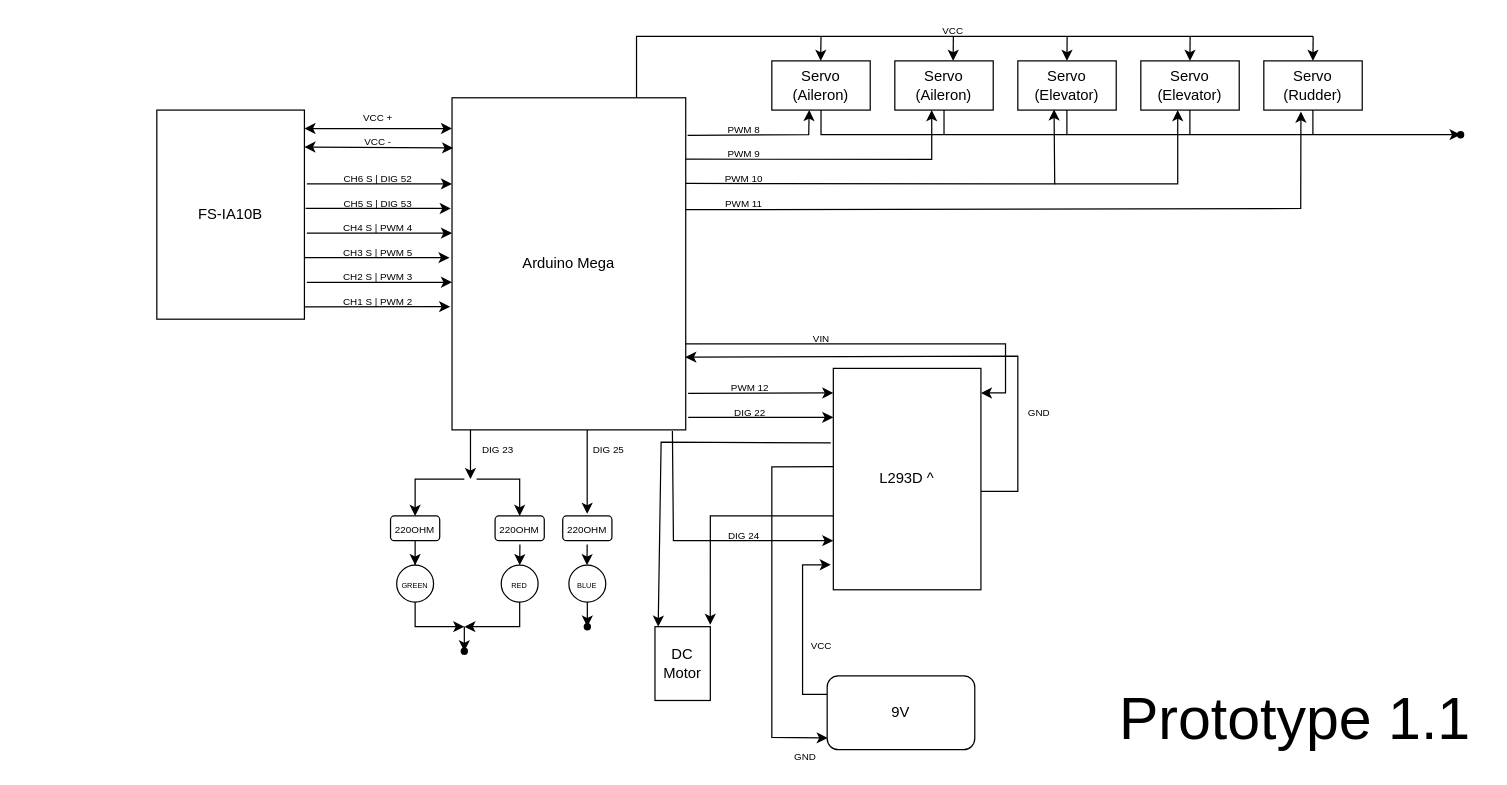
dev-jtemel/rc_plane keeps this draw.io diagram as resources/schematic.drawio. Above is the earlier version. Source tidied: cells renumbered, new cells numbered last; positions are measured from the earlier drawing's top-left corner, leaving out a move shared by most shapes. Both pictures are drawn from the tidied source at 123%, with x=0, y=0 at pixel (156, 23).
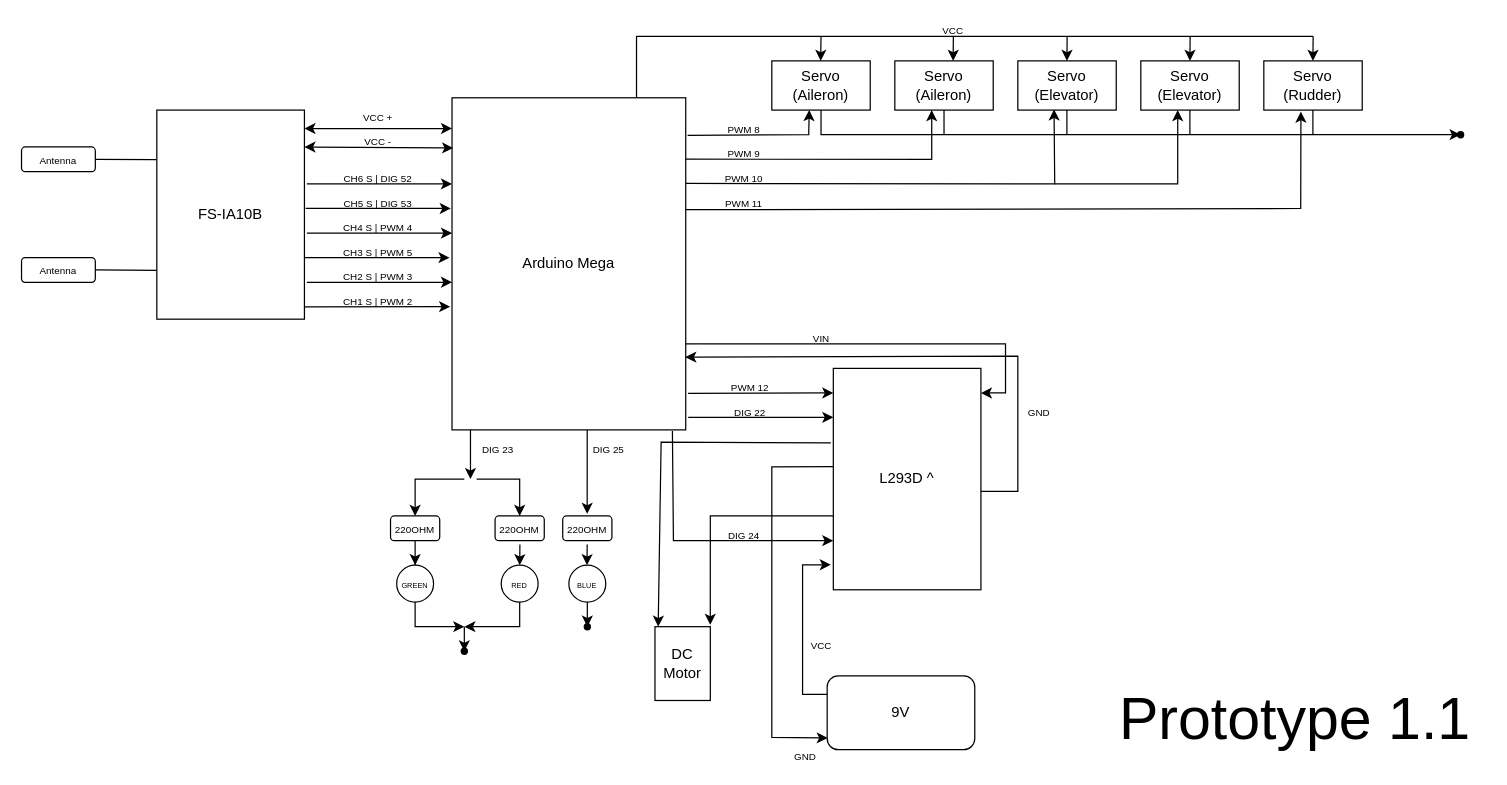
Above is the later version.

Unchanged cells that the change refers to:
```xml
<mxCell id="2" value="FS-IA10B" style="rounded=0;whiteSpace=wrap;html=1;" parent="1" vertex="1">
  <mxGeometry y="70" width="120" height="170" as="geometry" />
</mxCell>
```

What changed in the source:
```diff
@@
+    <mxCell id="88" value="&lt;font style=&quot;font-size: 8px;&quot;&gt;Antenna&lt;/font&gt;" style="rounded=1;whiteSpace=wrap;html=1;" parent="1" vertex="1">
+      <mxGeometry x="-110" y="100" width="60" height="20" as="geometry" />
+    </mxCell>
+    <mxCell id="89" value="&lt;font style=&quot;font-size: 8px;&quot;&gt;Antenna&lt;/font&gt;" style="rounded=1;whiteSpace=wrap;html=1;" parent="1" vertex="1">
+      <mxGeometry x="-110" y="190" width="60" height="20" as="geometry" />
+    </mxCell>
+    <mxCell id="90" style="endArrow=none;html=1;rounded=0;fontSize=8;entryX=1;entryY=0.5;entryDx=0;entryDy=0;exitX=-0.002;exitY=0.237;exitDx=0;exitDy=0;exitPerimeter=0;" parent="1" edge="1" source="2" target="88">
+      <mxGeometry relative="1" as="geometry" />
+    </mxCell>
+    <mxCell id="91" style="endArrow=none;html=1;rounded=0;fontSize=8;entryX=1;entryY=0.5;entryDx=0;entryDy=0;exitX=-0.002;exitY=0.237;exitDx=0;exitDy=0;exitPerimeter=0;" parent="1" edge="1">
+      <mxGeometry relative="1" as="geometry">
+        <mxPoint x="-0.2" y="200.3" as="sourcePoint" />
+        <mxPoint x="-50" y="200" as="targetPoint" />
+      </mxGeometry>
+    </mxCell>
```
